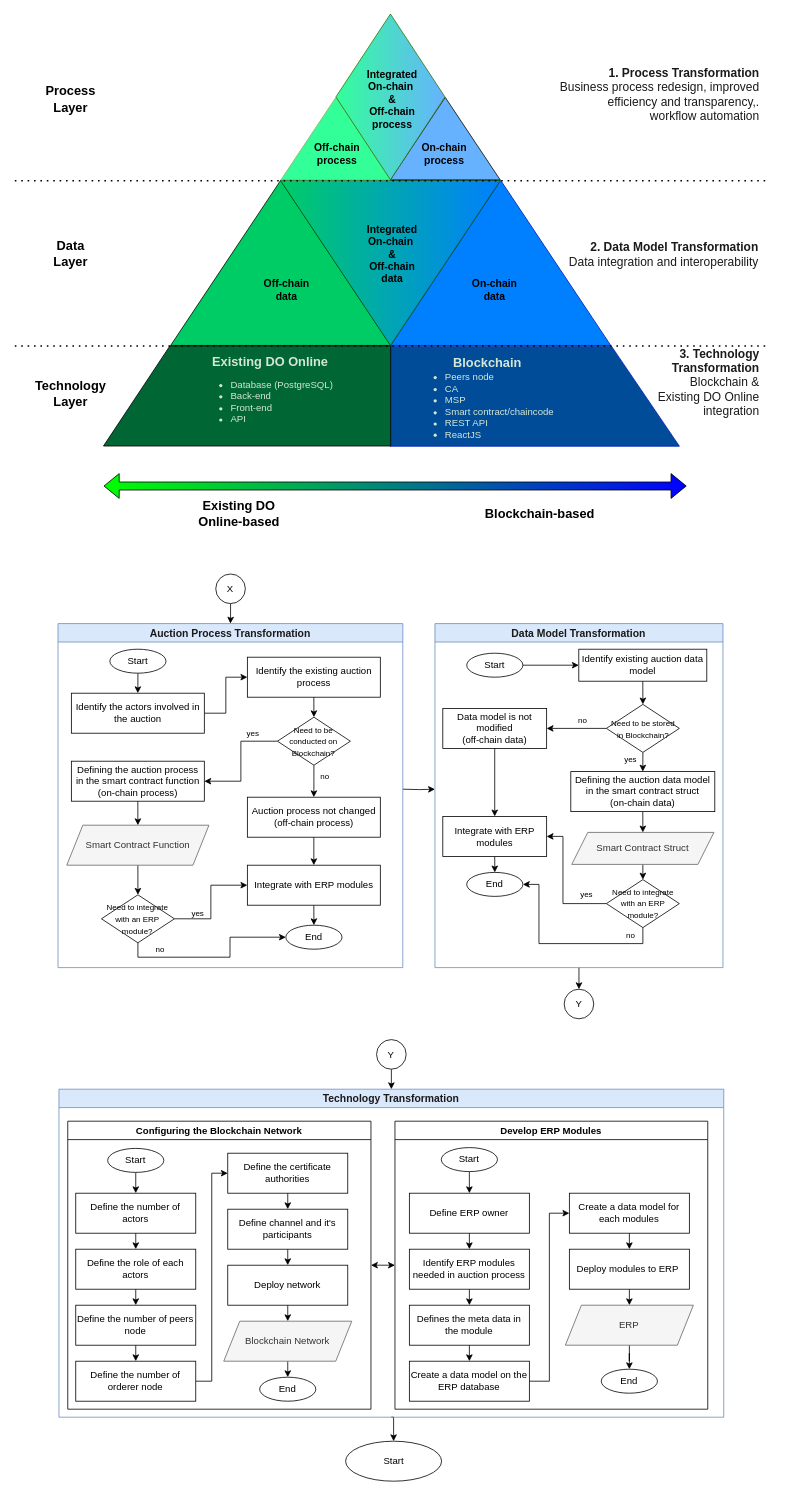
Before: Transformation Method DO Online.drawio in ariesharry/Diagrams, a draw.io diagram. Source tidied: cells renumbered, new cells numbered last; positions are measured from the earlier drawing's top-left corner, leaving out a move shared by most shapes. Both pictures are drawn from the tidied source at 80%, with x=0, y=0 at pixel (14, 14).
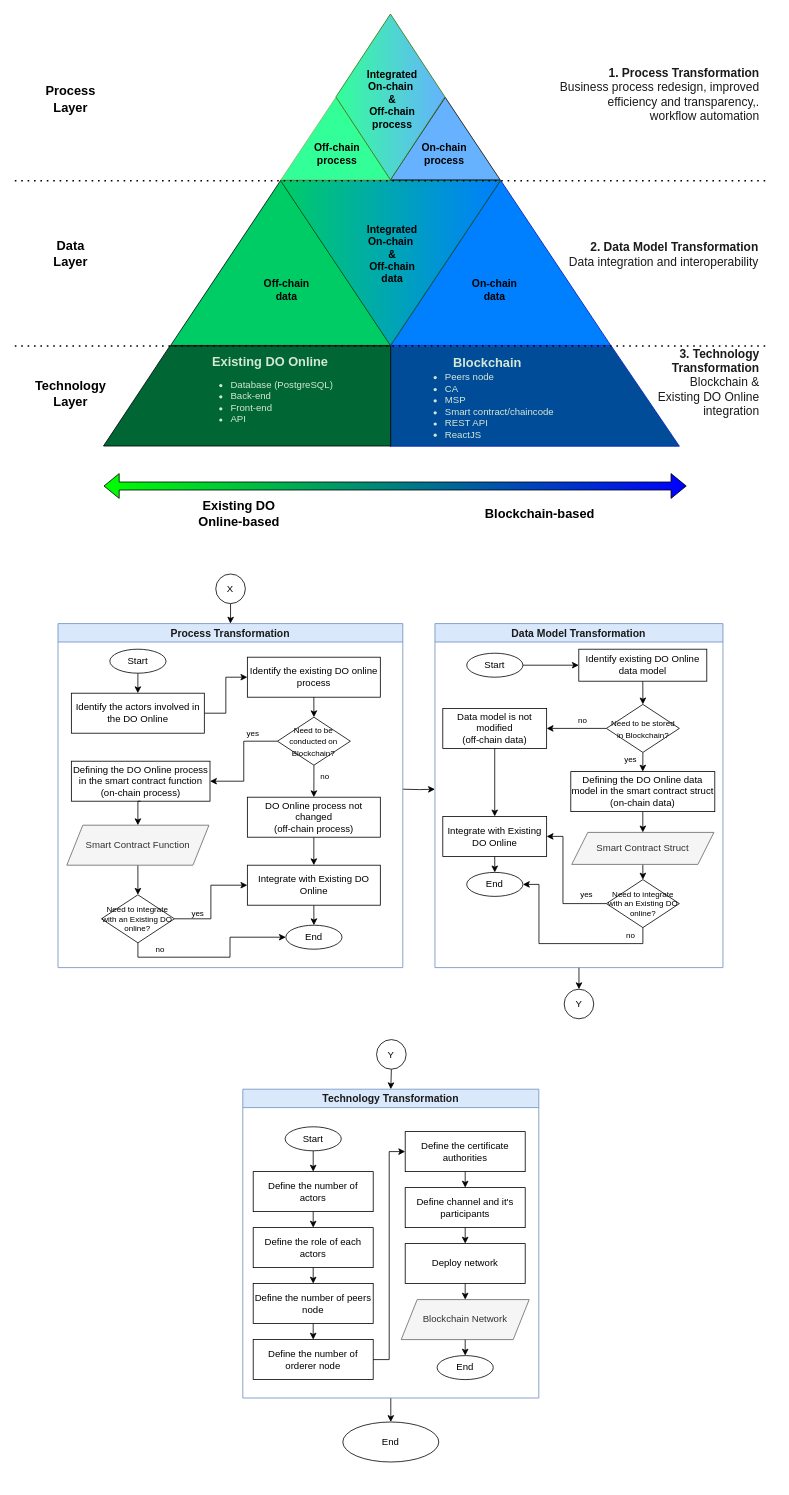
The same diagram, later.

Unchanged cells that the change refers to:
```xml
<mxCell id="30" value="&lt;b style=&quot;border-color: var(--border-color); color: rgb(26, 26, 26); text-align: right;&quot;&gt;&lt;font style=&quot;font-size: 13px;&quot;&gt;Data Model Transformation&lt;/font&gt;&lt;/b&gt;" style="swimlane;whiteSpace=wrap;html=1;fillColor=#dae8fc;strokeColor=#6c8ebf;" parent="1" vertex="1">
  <mxGeometry x="525.2" y="762" width="360" height="430" as="geometry" />
</mxCell>
```

The edit, as a diff of the source:
```diff
@@
-    <mxCell id="3" value="&lt;b style=&quot;border-color: var(--border-color); color: rgb(26, 26, 26); text-align: right;&quot;&gt;&lt;font style=&quot;font-size: 13px;&quot;&gt;Auction Process Transformation&lt;/font&gt;&lt;/b&gt;" style="swimlane;whiteSpace=wrap;html=1;fillColor=#dae8fc;strokeColor=#6c8ebf;" parent="1" vertex="1">
+    <mxCell id="3" value="&lt;b style=&quot;border-color: var(--border-color); color: rgb(26, 26, 26); text-align: right;&quot;&gt;&lt;font style=&quot;font-size: 13px;&quot;&gt;Process Transformation&lt;/font&gt;&lt;/b&gt;" style="swimlane;whiteSpace=wrap;html=1;fillColor=#dae8fc;strokeColor=#6c8ebf;" parent="1" vertex="1">
       <mxGeometry x="54" y="762" width="431" height="430" as="geometry" />
     </mxCell>
-    <mxCell id="4" value="Defining the auction process in the smart contract function&lt;br&gt;(on-chain process)" style="rounded=0;whiteSpace=wrap;html=1;labelBorderColor=none;" parent="3" vertex="1">
-      <mxGeometry x="16.7" y="172" width="166.2" height="50" as="geometry" />
+    <mxCell id="4" value="Defining the DO Online process in the smart contract function&lt;br&gt;(on-chain process)" style="rounded=0;whiteSpace=wrap;html=1;labelBorderColor=none;" parent="3" vertex="1">
+      <mxGeometry x="16.7" y="172" width="173.3" height="50" as="geometry" />
     </mxCell>
@@
-    <mxCell id="9" value="Identify the actors involved in the auction" style="rounded=0;whiteSpace=wrap;html=1;labelBorderColor=none;" parent="3" vertex="1">
+    <mxCell id="9" value="Identify the actors involved in the DO Online" style="rounded=0;whiteSpace=wrap;html=1;labelBorderColor=none;" parent="3" vertex="1">
       <mxGeometry x="16.7" y="87" width="166.2" height="50" as="geometry" />
     </mxCell>
@@
-    <mxCell id="11" value="Identify the existing auction process" style="rounded=0;whiteSpace=wrap;html=1;labelBorderColor=none;" parent="3" vertex="1">
+    <mxCell id="11" value="Identify the existing DO online process" style="rounded=0;whiteSpace=wrap;html=1;labelBorderColor=none;" parent="3" vertex="1">
       <mxGeometry x="236.7" y="42" width="166.2" height="50" as="geometry" />
     </mxCell>
@@
-    <mxCell id="16" value="Auction process not changed&lt;br&gt;(off-chain process)" style="rounded=0;whiteSpace=wrap;html=1;labelBorderColor=none;" parent="3" vertex="1">
+    <mxCell id="16" value="DO Online process not changed&lt;br&gt;(off-chain process)" style="rounded=0;whiteSpace=wrap;html=1;labelBorderColor=none;" parent="3" vertex="1">
       <mxGeometry x="236.7" y="217" width="166.2" height="50" as="geometry" />
     </mxCell>
@@
-    <mxCell id="19" value="&lt;font size=&quot;1&quot;&gt;Need to integrate with an ERP module?&lt;/font&gt;" style="rhombus;whiteSpace=wrap;html=1;" parent="3" vertex="1">
+    <mxCell id="19" value="&lt;font style=&quot;font-size: 10px;&quot;&gt;Need to integrate with an Existing DO online?&lt;/font&gt;" style="rhombus;whiteSpace=wrap;html=1;fontSize=10;" parent="3" vertex="1">
       <mxGeometry x="54.3" y="339" width="91.2" height="60" as="geometry" />
     </mxCell>
@@
-    <mxCell id="23" value="Integrate with ERP modules" style="rounded=0;whiteSpace=wrap;html=1;labelBorderColor=none;" parent="3" vertex="1">
+    <mxCell id="23" value="Integrate with Existing DO Online" style="rounded=0;whiteSpace=wrap;html=1;labelBorderColor=none;" parent="3" vertex="1">
       <mxGeometry x="236.7" y="302" width="166.2" height="50" as="geometry" />
     </mxCell>
@@
-    <mxCell id="32" value="Identify existing auction data model" style="rounded=0;whiteSpace=wrap;html=1;labelBorderColor=none;" parent="30" vertex="1">
+    <mxCell id="32" value="Identify existing DO Online data model" style="rounded=0;whiteSpace=wrap;html=1;labelBorderColor=none;" parent="30" vertex="1">
       <mxGeometry x="179.8" y="32" width="160" height="40" as="geometry" />
     </mxCell>
@@
-    <mxCell id="39" value="Defining the auction data model in the smart contract struct&lt;br&gt;(on-chain data)" style="rounded=0;whiteSpace=wrap;html=1;labelBorderColor=none;" parent="30" vertex="1">
+    <mxCell id="39" value="Defining the DO Online data model in the smart contract struct&lt;br&gt;(on-chain data)" style="rounded=0;whiteSpace=wrap;html=1;labelBorderColor=none;" parent="30" vertex="1">
       <mxGeometry x="169.8" y="185" width="180" height="50" as="geometry" />
     </mxCell>
@@
-    <mxCell id="44" value="&lt;font size=&quot;1&quot;&gt;Need to integrate with an ERP module?&lt;/font&gt;" style="rhombus;whiteSpace=wrap;html=1;" parent="30" vertex="1">
+    <mxCell id="44" value="Need to integrate with an Existing DO online?" style="rhombus;whiteSpace=wrap;html=1;fontSize=10;" parent="30" vertex="1">
       <mxGeometry x="214.3" y="320" width="91.2" height="60" as="geometry" />
     </mxCell>
@@
-    <mxCell id="47" value="Integrate with ERP modules" style="rounded=0;whiteSpace=wrap;html=1;labelBorderColor=none;" parent="30" vertex="1">
+    <mxCell id="47" value="Integrate with Existing DO Online" style="rounded=0;whiteSpace=wrap;html=1;labelBorderColor=none;" parent="30" vertex="1">
       <mxGeometry x="9.8" y="241" width="129.8" height="50" as="geometry" />
     </mxCell>
@@
     <mxCell id="55" value="&lt;b style=&quot;border-color: var(--border-color); color: rgb(26, 26, 26); text-align: right;&quot;&gt;&lt;font style=&quot;font-size: 13px;&quot;&gt;Technology Transformation&lt;/font&gt;&lt;/b&gt;" style="swimlane;whiteSpace=wrap;html=1;fillColor=#dae8fc;strokeColor=#6c8ebf;" parent="1" vertex="1">
-      <mxGeometry x="55.2" y="1344" width="831" height="410" as="geometry" />
+      <mxGeometry x="285" y="1344" width="370" height="386" as="geometry" />
     </mxCell>
-    <mxCell id="56" style="edgeStyle=orthogonalEdgeStyle;rounded=0;jettySize=auto;html=1;exitX=1;exitY=0.5;exitDx=0;exitDy=0;entryX=0;entryY=0.5;entryDx=0;entryDy=0;startArrow=classic;startFill=1;" parent="55" edge="1" source="57" target="77">
-      <mxGeometry relative="1" as="geometry" />
-    </mxCell>
-    <mxCell id="57" value="Configuring the Blockchain Network" style="swimlane;whiteSpace=wrap;html=1;" parent="55" vertex="1">
-      <mxGeometry x="11" y="40" width="379" height="360" as="geometry" />
-    </mxCell>
+    <mxCell id="59" value="Define the number of actors" style="rounded=0;whiteSpace=wrap;html=1;labelBorderColor=none;" parent="55" vertex="1">
+      <mxGeometry x="13" y="103" width="150" height="50" as="geometry" />
+    </mxCell>
+    <mxCell id="61" value="Define the role of each actors" style="rounded=0;whiteSpace=wrap;html=1;labelBorderColor=none;" parent="55" vertex="1">
+      <mxGeometry x="13" y="173" width="150" height="50" as="geometry" />
+    </mxCell>
-    <mxCell id="58" style="edgeStyle=orthogonalEdgeStyle;rounded=0;jettySize=auto;html=1;exitX=0.5;exitY=1;exitDx=0;exitDy=0;entryX=0.5;entryY=0;entryDx=0;entryDy=0;" parent="57" edge="1" source="59" target="61">
+    <mxCell id="58" style="edgeStyle=orthogonalEdgeStyle;rounded=0;jettySize=auto;html=1;exitX=0.5;exitY=1;exitDx=0;exitDy=0;entryX=0.5;entryY=0;entryDx=0;entryDy=0;" parent="55" edge="1" source="59" target="61">
       <mxGeometry relative="1" as="geometry" />
     </mxCell>
-    <mxCell id="59" value="Define the number of actors" style="rounded=0;whiteSpace=wrap;html=1;labelBorderColor=none;" parent="57" vertex="1">
-      <mxGeometry x="10" y="90" width="150" height="50" as="geometry" />
-    </mxCell>
+    <mxCell id="63" value="Define the number of peers node" style="rounded=0;whiteSpace=wrap;html=1;labelBorderColor=none;" parent="55" vertex="1">
+      <mxGeometry x="13" y="243" width="150" height="50" as="geometry" />
+    </mxCell>
-    <mxCell id="60" style="edgeStyle=orthogonalEdgeStyle;rounded=0;jettySize=auto;html=1;exitX=0.5;exitY=1;exitDx=0;exitDy=0;entryX=0.5;entryY=0;entryDx=0;entryDy=0;" parent="57" edge="1" source="61" target="63">
+    <mxCell id="60" style="edgeStyle=orthogonalEdgeStyle;rounded=0;jettySize=auto;html=1;exitX=0.5;exitY=1;exitDx=0;exitDy=0;entryX=0.5;entryY=0;entryDx=0;entryDy=0;" parent="55" edge="1" source="61" target="63">
       <mxGeometry relative="1" as="geometry" />
     </mxCell>
-    <mxCell id="61" value="Define the role of each actors" style="rounded=0;whiteSpace=wrap;html=1;labelBorderColor=none;" parent="57" vertex="1">
-      <mxGeometry x="10" y="160" width="150" height="50" as="geometry" />
-    </mxCell>
+    <mxCell id="65" value="Define the number of orderer node" style="rounded=0;whiteSpace=wrap;html=1;labelBorderColor=none;" parent="55" vertex="1">
+      <mxGeometry x="13" y="313" width="150" height="50" as="geometry" />
+    </mxCell>
-    <mxCell id="62" style="edgeStyle=orthogonalEdgeStyle;rounded=0;jettySize=auto;html=1;exitX=0.5;exitY=1;exitDx=0;exitDy=0;entryX=0.5;entryY=0;entryDx=0;entryDy=0;" parent="57" edge="1" source="63" target="65">
+    <mxCell id="62" style="edgeStyle=orthogonalEdgeStyle;rounded=0;jettySize=auto;html=1;exitX=0.5;exitY=1;exitDx=0;exitDy=0;entryX=0.5;entryY=0;entryDx=0;entryDy=0;" parent="55" edge="1" source="63" target="65">
       <mxGeometry relative="1" as="geometry" />
     </mxCell>
-    <mxCell id="63" value="Define the number of peers node" style="rounded=0;whiteSpace=wrap;html=1;labelBorderColor=none;" parent="57" vertex="1">
-      <mxGeometry x="10" y="230" width="150" height="50" as="geometry" />
-    </mxCell>
+    <mxCell id="67" value="Define the certificate authorities" style="rounded=0;whiteSpace=wrap;html=1;labelBorderColor=none;" parent="55" vertex="1">
+      <mxGeometry x="203" y="53" width="150" height="50" as="geometry" />
+    </mxCell>
-    <mxCell id="64" style="edgeStyle=orthogonalEdgeStyle;rounded=0;jettySize=auto;html=1;exitX=1;exitY=0.5;exitDx=0;exitDy=0;entryX=0;entryY=0.5;entryDx=0;entryDy=0;" parent="57" edge="1" source="65" target="67">
+    <mxCell id="64" style="edgeStyle=orthogonalEdgeStyle;rounded=0;jettySize=auto;html=1;exitX=1;exitY=0.5;exitDx=0;exitDy=0;entryX=0;entryY=0.5;entryDx=0;entryDy=0;" parent="55" edge="1" source="65" target="67">
       <mxGeometry relative="1" as="geometry" />
     </mxCell>
-    <mxCell id="65" value="Define the number of orderer node" style="rounded=0;whiteSpace=wrap;html=1;labelBorderColor=none;" parent="57" vertex="1">
-      <mxGeometry x="10" y="300" width="150" height="50" as="geometry" />
-    </mxCell>
+    <mxCell id="69" value="Define channel and it's participants" style="rounded=0;whiteSpace=wrap;html=1;labelBorderColor=none;" parent="55" vertex="1">
+      <mxGeometry x="203" y="123" width="150" height="50" as="geometry" />
+    </mxCell>
-    <mxCell id="66" style="edgeStyle=orthogonalEdgeStyle;rounded=0;jettySize=auto;html=1;exitX=0.5;exitY=1;exitDx=0;exitDy=0;entryX=0.5;entryY=0;entryDx=0;entryDy=0;" parent="57" edge="1" source="67" target="69">
+    <mxCell id="66" style="edgeStyle=orthogonalEdgeStyle;rounded=0;jettySize=auto;html=1;exitX=0.5;exitY=1;exitDx=0;exitDy=0;entryX=0.5;entryY=0;entryDx=0;entryDy=0;" parent="55" edge="1" source="67" target="69">
       <mxGeometry relative="1" as="geometry" />
     </mxCell>
-    <mxCell id="67" value="Define the certificate authorities" style="rounded=0;whiteSpace=wrap;html=1;labelBorderColor=none;" parent="57" vertex="1">
-      <mxGeometry x="200" y="40" width="150" height="50" as="geometry" />
-    </mxCell>
+    <mxCell id="71" value="Deploy network" style="rounded=0;whiteSpace=wrap;html=1;labelBorderColor=none;" parent="55" vertex="1">
+      <mxGeometry x="203" y="193" width="150" height="50" as="geometry" />
+    </mxCell>
-    <mxCell id="68" style="edgeStyle=orthogonalEdgeStyle;rounded=0;jettySize=auto;html=1;exitX=0.5;exitY=1;exitDx=0;exitDy=0;entryX=0.5;entryY=0;entryDx=0;entryDy=0;" parent="57" edge="1" source="69" target="71">
+    <mxCell id="68" style="edgeStyle=orthogonalEdgeStyle;rounded=0;jettySize=auto;html=1;exitX=0.5;exitY=1;exitDx=0;exitDy=0;entryX=0.5;entryY=0;entryDx=0;entryDy=0;" parent="55" edge="1" source="69" target="71">
       <mxGeometry relative="1" as="geometry" />
     </mxCell>
-    <mxCell id="69" value="Define channel and it's participants" style="rounded=0;whiteSpace=wrap;html=1;labelBorderColor=none;" parent="57" vertex="1">
-      <mxGeometry x="200" y="110" width="150" height="50" as="geometry" />
-    </mxCell>
+    <mxCell id="73" value="Blockchain Network" style="shape=parallelogram;perimeter=parallelogramPerimeter;whiteSpace=wrap;html=1;fixedSize=1;fillColor=#f5f5f5;fontColor=#333333;strokeColor=#666666;" parent="55" vertex="1">
+      <mxGeometry x="198" y="263" width="160" height="50" as="geometry" />
+    </mxCell>
-    <mxCell id="70" style="edgeStyle=orthogonalEdgeStyle;rounded=0;jettySize=auto;html=1;exitX=0.5;exitY=1;exitDx=0;exitDy=0;entryX=0.5;entryY=0;entryDx=0;entryDy=0;" parent="57" edge="1" source="71" target="73">
+    <mxCell id="70" style="edgeStyle=orthogonalEdgeStyle;rounded=0;jettySize=auto;html=1;exitX=0.5;exitY=1;exitDx=0;exitDy=0;entryX=0.5;entryY=0;entryDx=0;entryDy=0;" parent="55" edge="1" source="71" target="73">
       <mxGeometry relative="1" as="geometry" />
     </mxCell>
-    <mxCell id="71" value="Deploy network" style="rounded=0;whiteSpace=wrap;html=1;labelBorderColor=none;" parent="57" vertex="1">
-      <mxGeometry x="200" y="180" width="150" height="50" as="geometry" />
-    </mxCell>
-    <mxCell id="72" style="edgeStyle=orthogonalEdgeStyle;rounded=0;jettySize=auto;html=1;exitX=0.5;exitY=1;exitDx=0;exitDy=0;entryX=0.5;entryY=0;entryDx=0;entryDy=0;" parent="57" edge="1" source="73" target="76">
-      <mxGeometry relative="1" as="geometry" />
-    </mxCell>
-    <mxCell id="73" value="Blockchain Network" style="shape=parallelogram;perimeter=parallelogramPerimeter;whiteSpace=wrap;html=1;fixedSize=1;fillColor=#f5f5f5;fontColor=#333333;strokeColor=#666666;" parent="57" vertex="1">
-      <mxGeometry x="195" y="250" width="160" height="50" as="geometry" />
-    </mxCell>
-    <mxCell id="74" style="edgeStyle=orthogonalEdgeStyle;rounded=0;jettySize=auto;html=1;exitX=0.5;exitY=1;exitDx=0;exitDy=0;entryX=0.5;entryY=0;entryDx=0;entryDy=0;" parent="57" edge="1" source="75" target="59">
+    <mxCell id="74" style="edgeStyle=orthogonalEdgeStyle;rounded=0;jettySize=auto;html=1;exitX=0.5;exitY=1;exitDx=0;exitDy=0;entryX=0.5;entryY=0;entryDx=0;entryDy=0;" parent="55" edge="1" source="75" target="59">
       <mxGeometry relative="1" as="geometry" />
     </mxCell>
-    <mxCell id="75" value="Start" style="ellipse;whiteSpace=wrap;html=1;" parent="57" vertex="1">
-      <mxGeometry x="49.9" y="34" width="70.2" height="30" as="geometry" />
+    <mxCell id="75" value="Start" style="ellipse;whiteSpace=wrap;html=1;" parent="55" vertex="1">
+      <mxGeometry x="52.9" y="47" width="70.2" height="30" as="geometry" />
     </mxCell>
-    <mxCell id="76" value="End" style="ellipse;whiteSpace=wrap;html=1;" parent="57" vertex="1">
-      <mxGeometry x="239.9" y="320" width="70.2" height="30" as="geometry" />
+    <mxCell id="76" value="End" style="ellipse;whiteSpace=wrap;html=1;" parent="55" vertex="1">
+      <mxGeometry x="242.9" y="333" width="70.2" height="30" as="geometry" />
     </mxCell>
-    <mxCell id="77" value="Develop ERP Modules" style="swimlane;whiteSpace=wrap;html=1;" parent="55" vertex="1">
-      <mxGeometry x="420" y="40" width="391" height="360" as="geometry" />
-    </mxCell>
-    <mxCell id="78" style="edgeStyle=orthogonalEdgeStyle;rounded=0;jettySize=auto;html=1;exitX=0.5;exitY=1;exitDx=0;exitDy=0;entryX=0.5;entryY=0;entryDx=0;entryDy=0;" parent="77" edge="1" source="79" target="81">
-      <mxGeometry relative="1" as="geometry" />
-    </mxCell>
-    <mxCell id="79" value="Define ERP owner" style="rounded=0;whiteSpace=wrap;html=1;labelBorderColor=none;" parent="77" vertex="1">
-      <mxGeometry x="18" y="90" width="150" height="50" as="geometry" />
-    </mxCell>
-    <mxCell id="80" style="edgeStyle=orthogonalEdgeStyle;rounded=0;jettySize=auto;html=1;exitX=0.5;exitY=1;exitDx=0;exitDy=0;entryX=0.5;entryY=0;entryDx=0;entryDy=0;" parent="77" edge="1" source="81" target="83">
-      <mxGeometry relative="1" as="geometry" />
-    </mxCell>
-    <mxCell id="81" value="Identify ERP modules needed in auction process" style="rounded=0;whiteSpace=wrap;html=1;labelBorderColor=none;" parent="77" vertex="1">
-      <mxGeometry x="18" y="160" width="150" height="50" as="geometry" />
-    </mxCell>
-    <mxCell id="82" style="edgeStyle=orthogonalEdgeStyle;rounded=0;jettySize=auto;html=1;exitX=0.5;exitY=1;exitDx=0;exitDy=0;entryX=0.5;entryY=0;entryDx=0;entryDy=0;" parent="77" edge="1" source="83" target="85">
-      <mxGeometry relative="1" as="geometry" />
-    </mxCell>
-    <mxCell id="83" value="Defines the meta data in the module" style="rounded=0;whiteSpace=wrap;html=1;labelBorderColor=none;" parent="77" vertex="1">
-      <mxGeometry x="18" y="230" width="150" height="50" as="geometry" />
-    </mxCell>
-    <mxCell id="84" style="edgeStyle=orthogonalEdgeStyle;rounded=0;jettySize=auto;html=1;exitX=1;exitY=0.5;exitDx=0;exitDy=0;entryX=0;entryY=0.5;entryDx=0;entryDy=0;" parent="77" edge="1" source="85" target="87">
-      <mxGeometry relative="1" as="geometry" />
-    </mxCell>
-    <mxCell id="85" value="Create a data model on the ERP database" style="rounded=0;whiteSpace=wrap;html=1;labelBorderColor=none;" parent="77" vertex="1">
-      <mxGeometry x="18" y="300" width="150" height="50" as="geometry" />
-    </mxCell>
-    <mxCell id="86" style="edgeStyle=orthogonalEdgeStyle;rounded=0;jettySize=auto;html=1;exitX=0.5;exitY=1;exitDx=0;exitDy=0;entryX=0.5;entryY=0;entryDx=0;entryDy=0;" parent="77" edge="1" source="87" target="89">
-      <mxGeometry relative="1" as="geometry" />
-    </mxCell>
-    <mxCell id="87" value="Create a data model for each modules" style="rounded=0;whiteSpace=wrap;html=1;labelBorderColor=none;" parent="77" vertex="1">
-      <mxGeometry x="218" y="90" width="150" height="50" as="geometry" />
-    </mxCell>
-    <mxCell id="88" style="edgeStyle=orthogonalEdgeStyle;rounded=0;jettySize=auto;html=1;exitX=0.5;exitY=1;exitDx=0;exitDy=0;entryX=0.5;entryY=0;entryDx=0;entryDy=0;" parent="77" edge="1" source="89" target="91">
-      <mxGeometry relative="1" as="geometry" />
-    </mxCell>
-    <mxCell id="89" value="Deploy modules to ERP&amp;nbsp;" style="rounded=0;whiteSpace=wrap;html=1;labelBorderColor=none;" parent="77" vertex="1">
-      <mxGeometry x="218" y="160" width="150" height="50" as="geometry" />
-    </mxCell>
-    <mxCell id="90" style="edgeStyle=orthogonalEdgeStyle;rounded=0;jettySize=auto;html=1;exitX=0.5;exitY=1;exitDx=0;exitDy=0;" parent="77" edge="1" source="91" target="94">
-      <mxGeometry relative="1" as="geometry" />
-    </mxCell>
-    <mxCell id="91" value="ERP" style="shape=parallelogram;perimeter=parallelogramPerimeter;whiteSpace=wrap;html=1;fixedSize=1;fillColor=#f5f5f5;fontColor=#333333;strokeColor=#666666;" parent="77" vertex="1">
-      <mxGeometry x="213" y="230" width="160" height="50" as="geometry" />
-    </mxCell>
-    <mxCell id="92" style="edgeStyle=orthogonalEdgeStyle;rounded=0;jettySize=auto;html=1;exitX=0.5;exitY=1;exitDx=0;exitDy=0;entryX=0.5;entryY=0;entryDx=0;entryDy=0;" parent="77" edge="1" source="93" target="79">
-      <mxGeometry relative="1" as="geometry" />
-    </mxCell>
-    <mxCell id="93" value="Start" style="ellipse;whiteSpace=wrap;html=1;" parent="77" vertex="1">
-      <mxGeometry x="57.9" y="33" width="70.2" height="30" as="geometry" />
-    </mxCell>
-    <mxCell id="94" value="End" style="ellipse;whiteSpace=wrap;html=1;" parent="77" vertex="1">
-      <mxGeometry x="257.9" y="310" width="70.2" height="30" as="geometry" />
-    </mxCell>
+    <mxCell id="72" style="edgeStyle=orthogonalEdgeStyle;rounded=0;jettySize=auto;html=1;exitX=0.5;exitY=1;exitDx=0;exitDy=0;entryX=0.5;entryY=0;entryDx=0;entryDy=0;" parent="55" edge="1" source="73" target="76">
+      <mxGeometry relative="1" as="geometry" />
+    </mxCell>
@@
-    <mxCell id="125" value="Start" style="ellipse;whiteSpace=wrap;html=1;" parent="1" vertex="1">
-      <mxGeometry x="413.5" y="1784" width="120" height="50" as="geometry" />
+    <mxCell id="125" value="End" style="ellipse;whiteSpace=wrap;html=1;" parent="1" vertex="1">
+      <mxGeometry x="410" y="1760" width="120" height="50" as="geometry" />
     </mxCell>
```
